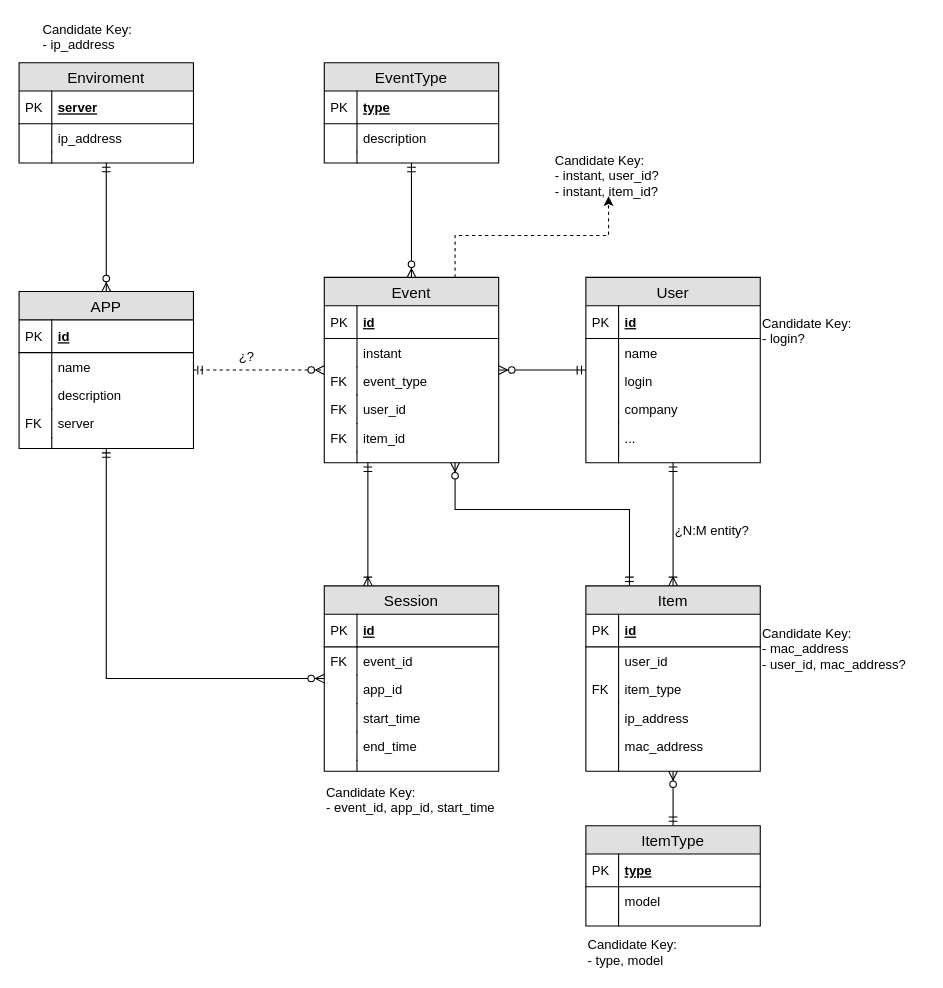
The draw.io diagram page "ER Extended" (2 of 2) of documentation/models/db_model.drawio in apm1005/TFG, before the edit. Source tidied: cells renumbered, new cells numbered last; positions are measured from the earlier drawing's top-left corner, leaving out a move shared by most shapes. Both pictures are drawn from the tidied source at 109%, with x=0, y=0 at pixel (19, 19).
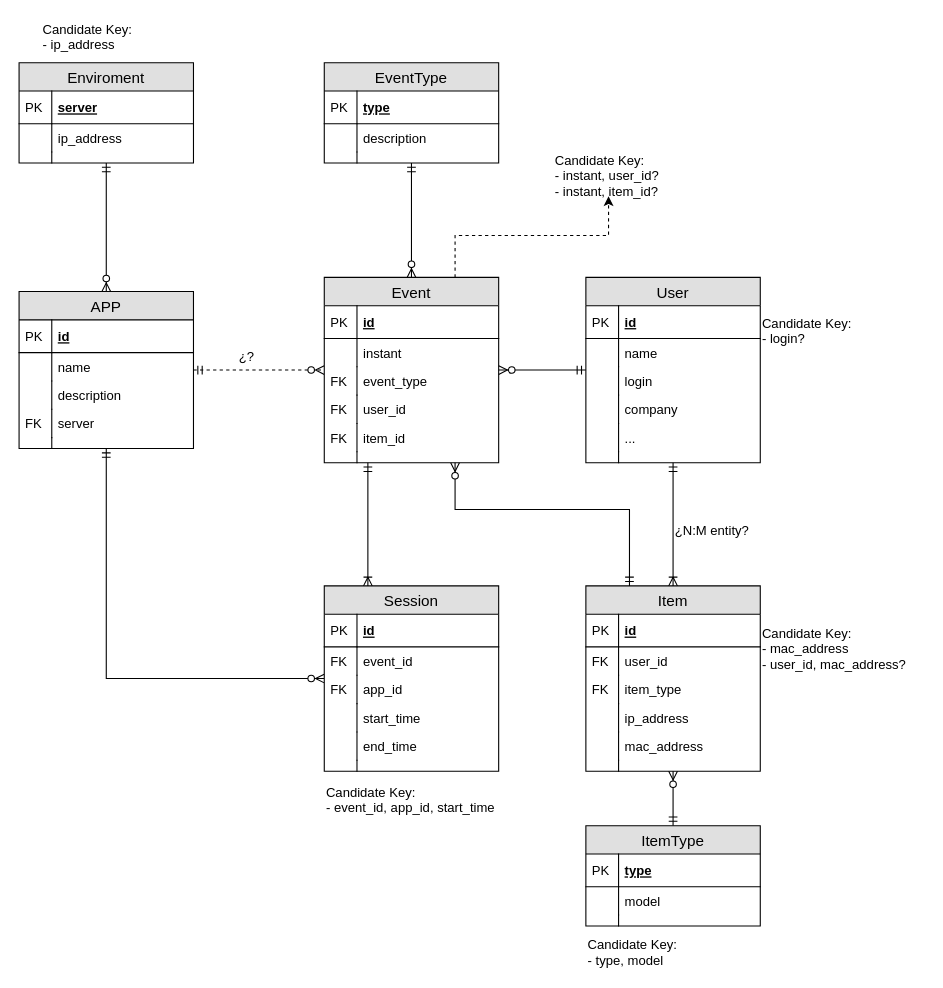
After the change.

Unchanged cells that the change refers to:
```xml
<mxCell id="36" value="app_id" style="shape=partialRectangle;top=0;left=0;right=0;bottom=0;align=left;verticalAlign=top;fillColor=none;spacingLeft=34;spacingRight=4;overflow=hidden;fontSize=12;" parent="31" vertex="1">
  <mxGeometry y="82" width="160" height="26" as="geometry" />
</mxCell>
<mxCell id="71" value="user_id" style="shape=partialRectangle;top=0;left=0;right=0;bottom=0;align=left;verticalAlign=top;fillColor=none;spacingLeft=34;spacingRight=4;overflow=hidden;fontSize=12;" parent="68" vertex="1">
  <mxGeometry y="56" width="160" height="26" as="geometry" />
</mxCell>
```

Diff of the diagram source:
```diff
@@
-    <mxCell id="37" style="shape=partialRectangle;top=0;left=0;bottom=0;fillColor=none;align=left;verticalAlign=top;spacingLeft=4;spacingRight=4;overflow=hidden;fontSize=12;" parent="36" vertex="1">
+    <mxCell id="37" value="FK" style="shape=partialRectangle;top=0;left=0;bottom=0;fillColor=none;align=left;verticalAlign=top;spacingLeft=4;spacingRight=4;overflow=hidden;fontSize=12;" parent="36" vertex="1">
       <mxGeometry width="30" height="26" as="geometry" />
     </mxCell>
@@
-    <mxCell id="72" style="shape=partialRectangle;top=0;left=0;bottom=0;fillColor=none;align=left;verticalAlign=top;spacingLeft=4;spacingRight=4;overflow=hidden;fontSize=12;" parent="71" vertex="1">
+    <mxCell id="72" value="FK" style="shape=partialRectangle;top=0;left=0;bottom=0;fillColor=none;align=left;verticalAlign=top;spacingLeft=4;spacingRight=4;overflow=hidden;fontSize=12;" parent="71" vertex="1">
       <mxGeometry width="30" height="26" as="geometry" />
     </mxCell>
```
